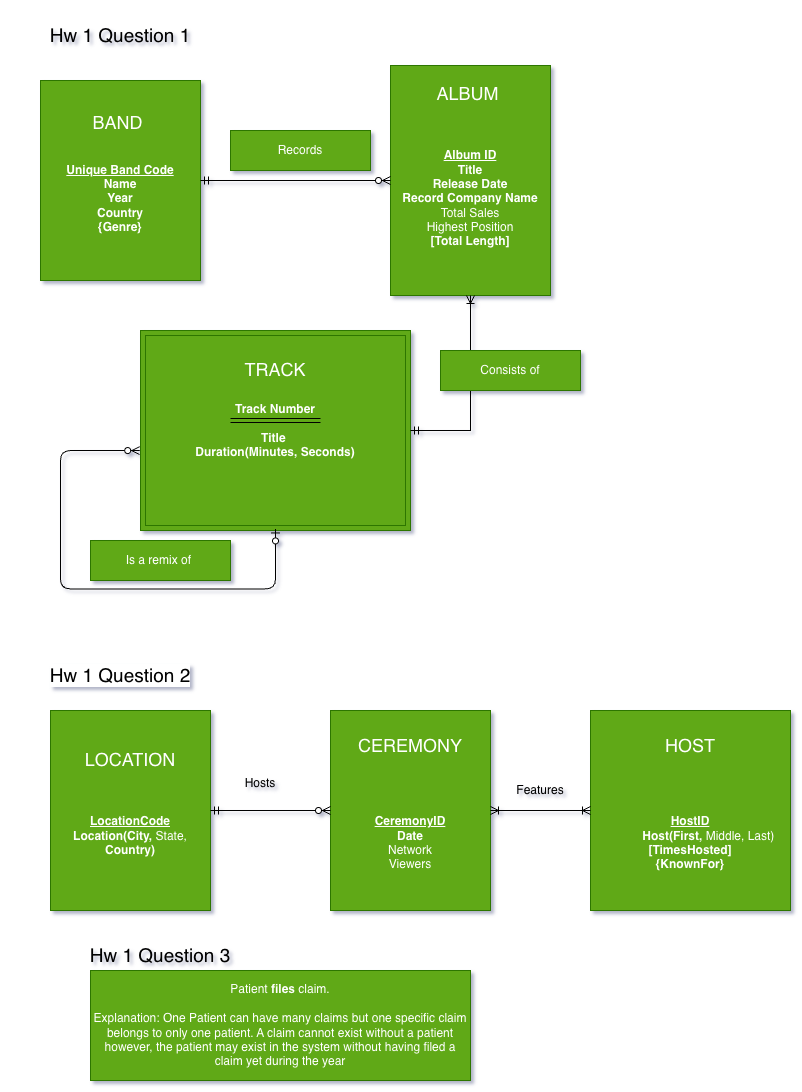
The draw.io diagram HW 1.drawio.png in KennethManzi1/Data-Management-Graduate-School-Course, before a commit. Source tidied: cells renumbered, new cells last; positions are measured from the earlier drawing's top-left corner, leaving out a move shared by most shapes.
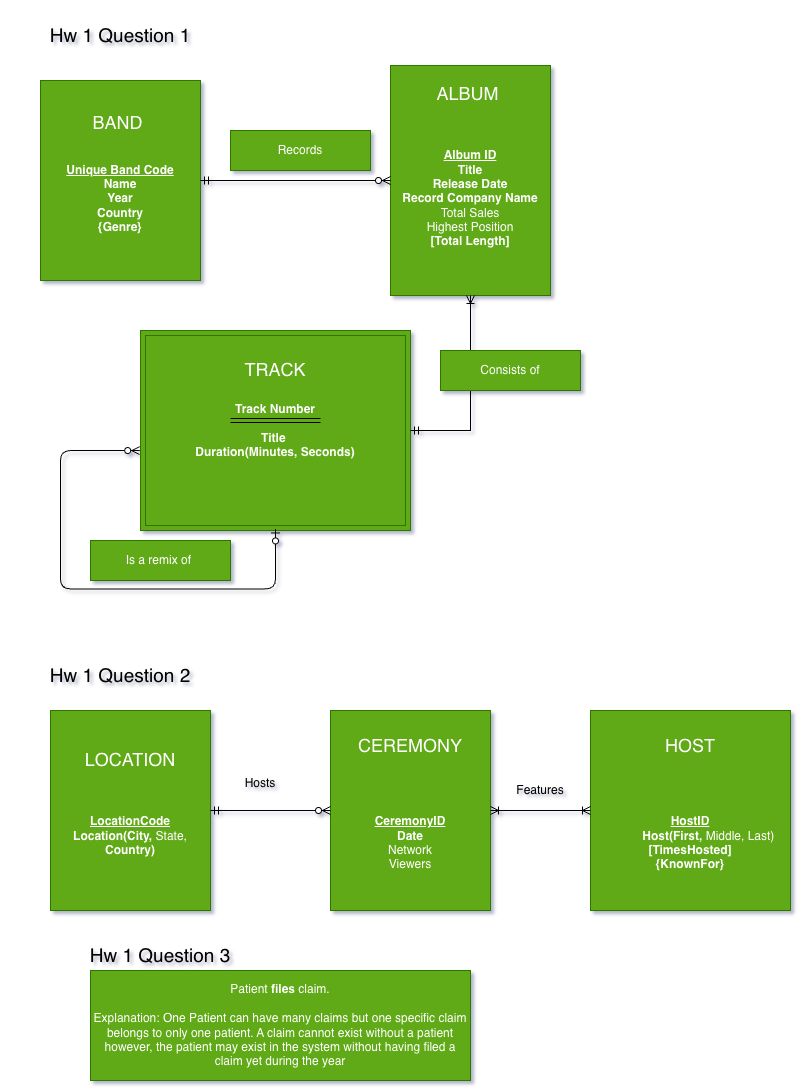
Above is the later version.

Change to the diagram source:
```diff
@@ -1,4 +1,4 @@
-<mxGraphModel shadow="1">
+<mxGraphModel background="light-dark(#FFFFFF,#7EA6E0)" shadow="1">
   <root>
     <mxCell id="0" />
     <mxCell id="1" parent="0" />
@@ -46,7 +46,7 @@
     <mxCell id="12" value="Is a remix of&amp;nbsp;" style="text;html=1;whiteSpace=wrap;strokeColor=#2D7600;fillColor=#60a917;align=center;verticalAlign=middle;rounded=0;fontColor=#ffffff;" parent="1" vertex="1">
       <mxGeometry x="90" y="540" width="140" height="40" as="geometry" />
     </mxCell>
-    <mxCell id="13" value="Hw 1 Question 2" style="text;html=1;whiteSpace=wrap;strokeColor=none;fillColor=none;align=center;verticalAlign=middle;rounded=0;fontSize=19;labelBackgroundColor=light-dark(#FFFFFF,#FFFFFF);" parent="1" vertex="1">
+    <mxCell id="13" value="Hw 1 Question 2" style="text;html=1;whiteSpace=wrap;strokeColor=none;fillColor=none;align=center;verticalAlign=middle;rounded=0;fontSize=19;labelBackgroundColor=none;" parent="1" vertex="1">
       <mxGeometry y="640" width="240" height="70" as="geometry" />
     </mxCell>
     <mxCell id="14" value="&lt;span style=&quot;font-size: 18px;&quot;&gt;LOCATION&lt;/span&gt;&lt;br&gt;&lt;div&gt;&lt;br&gt;&lt;/div&gt;&lt;div&gt;&lt;br&gt;&lt;/div&gt;&lt;div&gt;&lt;br&gt;&lt;/div&gt;&lt;div&gt;&lt;div&gt;&lt;b&gt;&lt;u&gt;LocationCode&lt;/u&gt;&lt;/b&gt;&lt;/div&gt;&lt;div&gt;&lt;b&gt;Location(City, &lt;/b&gt;State, &lt;b&gt;Country)&lt;/b&gt;&lt;/div&gt;&lt;div&gt;&lt;br&gt;&lt;/div&gt;&lt;/div&gt;" style="whiteSpace=wrap;html=1;align=center;fillColor=#60a917;fontColor=#ffffff;strokeColor=#2D7600;" parent="1" vertex="1">
```
